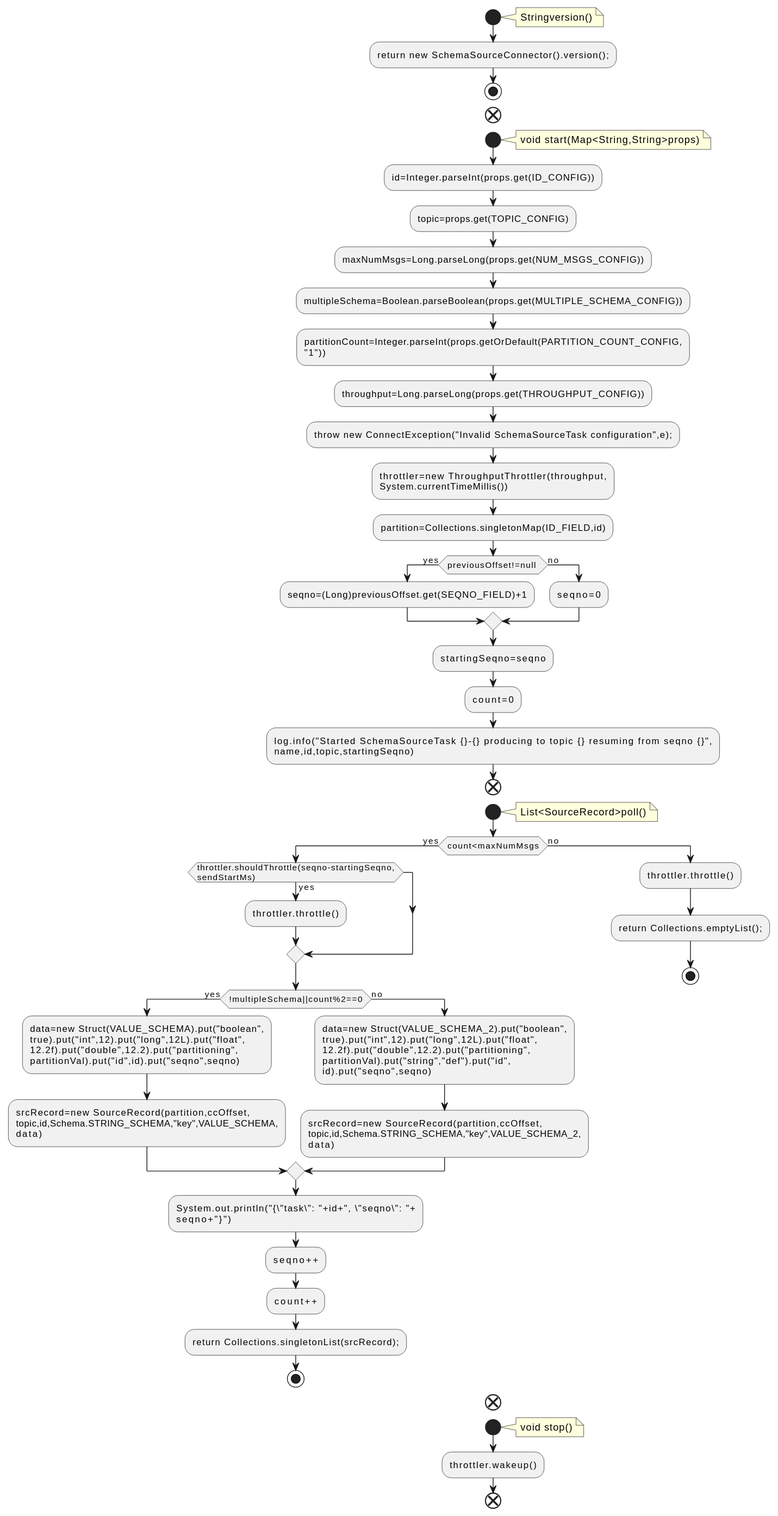
Before: docs/qc/connect/runtime/src/main/java/org/apache/kafka/connect/tools/SchemaSourceTask.java.fct.svg, a diagram exported from PlantUML (qualitesys/kafka). Its diagram source:
```plantuml
@startuml
!pragma layout smetana
start
note right
Stringversion()
end note
:return new SchemaSourceConnector().version();;
stop
end
start
note right
void start(Map<String,String>props)
end note
:id=Integer.parseInt(props.get(ID_CONFIG));
:topic=props.get(TOPIC_CONFIG);
:maxNumMsgs=Long.parseLong(props.get(NUM_MSGS_CONFIG));
:multipleSchema=Boolean.parseBoolean(props.get(MULTIPLE_SCHEMA_CONFIG));
:partitionCount=Integer.parseInt(props.getOrDefault(PARTITION_COUNT_CONFIG,
"1"));
:throughput=Long.parseLong(props.get(THROUGHPUT_CONFIG));
:throw new ConnectException("Invalid SchemaSourceTask configuration",e);;
:throttler=new ThroughputThrottler(throughput,
System.currentTimeMillis());
:partition=Collections.singletonMap(ID_FIELD,id);
if (previousOffset!=null ) then (yes)
:seqno=(Long)previousOffset.get(SEQNO_FIELD)+1;
else (no)
:seqno=0;
endif
:startingSeqno=seqno;
:count=0;
:log.info("Started SchemaSourceTask {}-{} producing to topic {} resuming from seqno {}",
name,id,topic,startingSeqno);
end
start
note right
List<SourceRecord>poll()
end note
if (count<maxNumMsgs) then (yes)
if (throttler.shouldThrottle(seqno-startingSeqno,
sendStartMs)) then (yes)
:throttler.throttle();
endif
if (!multipleSchema||count%2==0) then (yes)
:data=new Struct(VALUE_SCHEMA).put("boolean",
true).put("int",12).put("long",12L).put("float",
12.2f).put("double",12.2).put("partitioning",
partitionVal).put("id",id).put("seqno",seqno);
:srcRecord=new SourceRecord(partition,ccOffset,
topic,id,Schema.STRING_SCHEMA,"key",VALUE_SCHEMA,
data);
else (no)
:data=new Struct(VALUE_SCHEMA_2).put("boolean",
true).put("int",12).put("long",12L).put("float",
12.2f).put("double",12.2).put("partitioning",
partitionVal).put("string","def").put("id",
id).put("seqno",seqno);
:srcRecord=new SourceRecord(partition,ccOffset,
topic,id,Schema.STRING_SCHEMA,"key",VALUE_SCHEMA_2,
data);
endif
:System.out.println("{\"task\": "+id+", \"seqno\": "+
seqno+"}");
:seqno++;
:count++;
:return Collections.singletonList(srcRecord);;
stop
else (no)
:throttler.throttle();
:return Collections.emptyList();;
stop
endif
end
start
note right
void stop()
end note
:throttler.wakeup();
end
@enduml
```
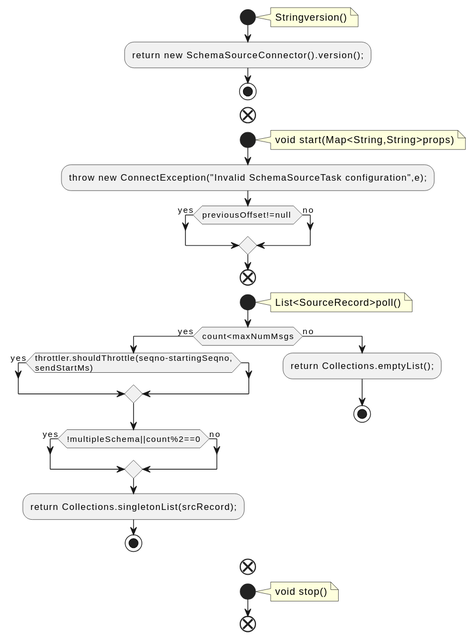
The same diagram one commit later.

Change to the diagram source:
```diff
@@ -11,26 +11,10 @@
 note right
 void start(Map<String,String>props)
 end note
-:id=Integer.parseInt(props.get(ID_CONFIG));
-:topic=props.get(TOPIC_CONFIG);
-:maxNumMsgs=Long.parseLong(props.get(NUM_MSGS_CONFIG));
-:multipleSchema=Boolean.parseBoolean(props.get(MULTIPLE_SCHEMA_CONFIG));
-:partitionCount=Integer.parseInt(props.getOrDefault(PARTITION_COUNT_CONFIG,
-"1"));
-:throughput=Long.parseLong(props.get(THROUGHPUT_CONFIG));
 :throw new ConnectException("Invalid SchemaSourceTask configuration",e);;
-:throttler=new ThroughputThrottler(throughput,
-System.currentTimeMillis());
-:partition=Collections.singletonMap(ID_FIELD,id);
 if (previousOffset!=null ) then (yes)
-:seqno=(Long)previousOffset.get(SEQNO_FIELD)+1;
 else (no)
-:seqno=0;
 endif
-:startingSeqno=seqno;
-:count=0;
-:log.info("Started SchemaSourceTask {}-{} producing to topic {} resuming from seqno {}",
-name,id,topic,startingSeqno);
 end
 start
 note right
@@ -39,34 +23,13 @@
 if (count<maxNumMsgs) then (yes)
 if (throttler.shouldThrottle(seqno-startingSeqno,
 sendStartMs)) then (yes)
-:throttler.throttle();
 endif
 if (!multipleSchema||count%2==0) then (yes)
-:data=new Struct(VALUE_SCHEMA).put("boolean",
-true).put("int",12).put("long",12L).put("float",
-12.2f).put("double",12.2).put("partitioning",
-partitionVal).put("id",id).put("seqno",seqno);
-:srcRecord=new SourceRecord(partition,ccOffset,
-topic,id,Schema.STRING_SCHEMA,"key",VALUE_SCHEMA,
-data);
 else (no)
-:data=new Struct(VALUE_SCHEMA_2).put("boolean",
-true).put("int",12).put("long",12L).put("float",
-12.2f).put("double",12.2).put("partitioning",
-partitionVal).put("string","def").put("id",
-id).put("seqno",seqno);
-:srcRecord=new SourceRecord(partition,ccOffset,
-topic,id,Schema.STRING_SCHEMA,"key",VALUE_SCHEMA_2,
-data);
 endif
-:System.out.println("{\"task\": "+id+", \"seqno\": "+
-seqno+"}");
-:seqno++;
-:count++;
 :return Collections.singletonList(srcRecord);;
 stop
 else (no)
-:throttler.throttle();
 :return Collections.emptyList();;
 stop
 endif
@@ -75,6 +38,5 @@
 note right
 void stop()
 end note
-:throttler.wakeup();
 end
 @enduml
```
